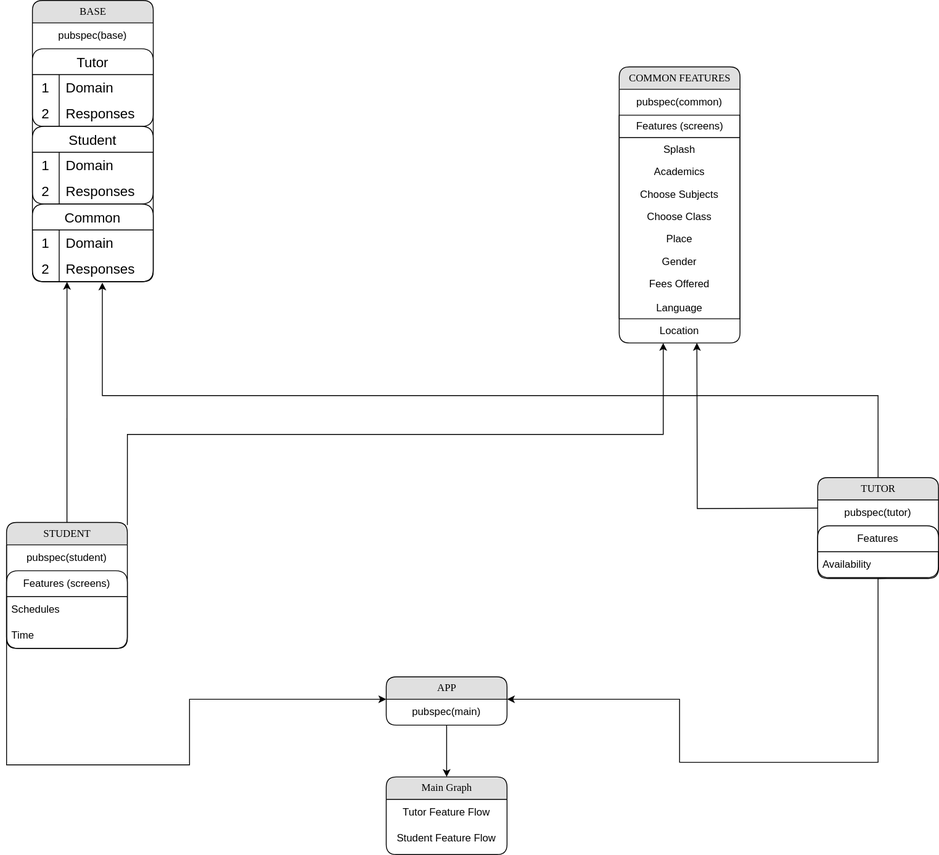
Earlier version of the draw.io export tutor_student_app_architechture.drawio.svg (rohit7823/web_socket_example). Source tidied: cells renumbered, new cells last; positions are measured from the earlier drawing's top-left corner, leaving out a move shared by most shapes.
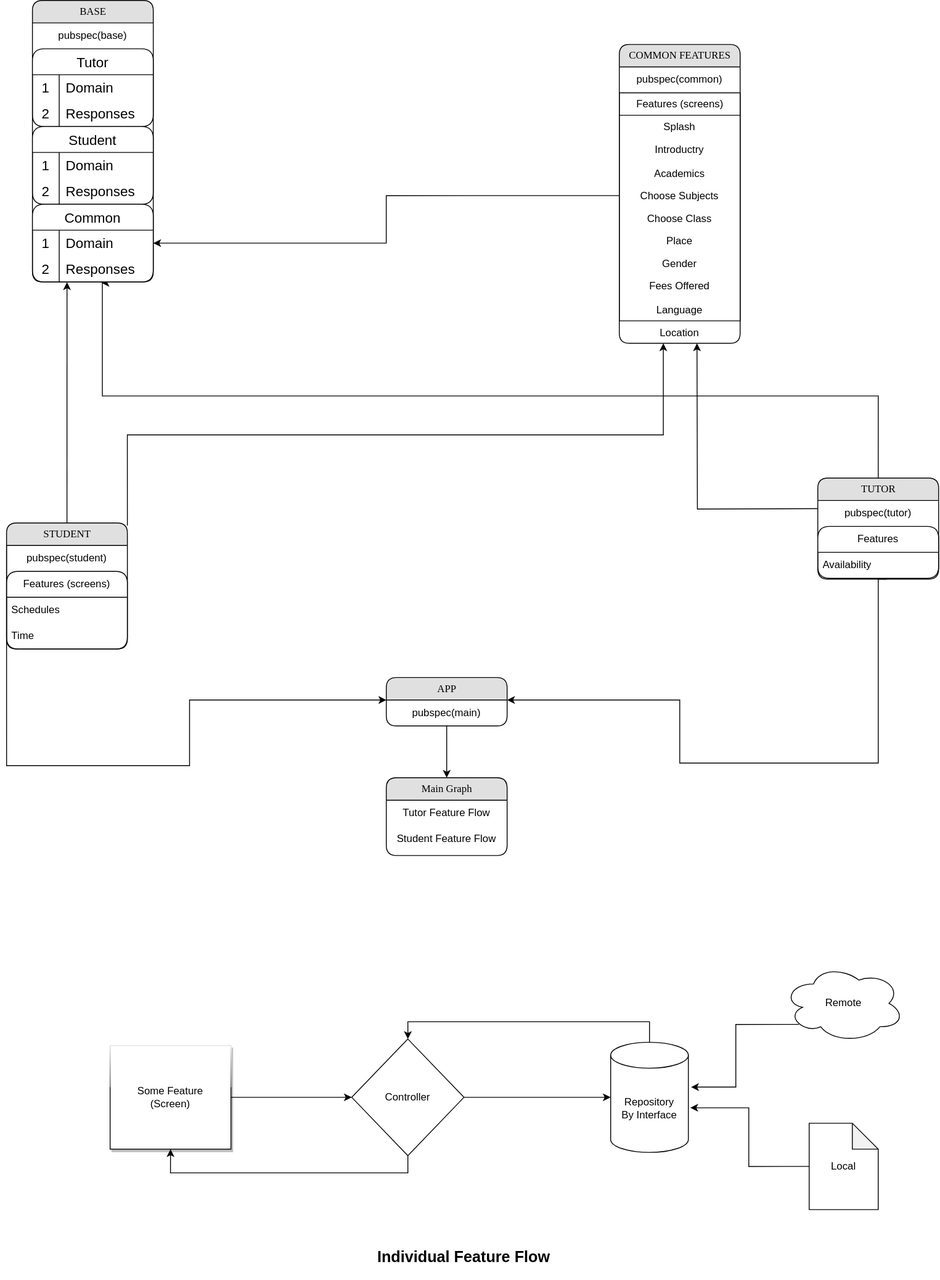
The same diagram one commit later.

What changed in the source:
```diff
@@ -36,40 +36,43 @@
       <mxGeometry y="60" width="140" height="30" as="geometry" />
     </mxCell>
     <mxCell id="13" value="COMMON FEATURES" style="swimlane;html=1;fontStyle=0;horizontal=1;startSize=26;fillColor=#e0e0e0;swimlaneFillColor=#ffffff;align=center;rounded=1;shadow=0;comic=0;labelBackgroundColor=none;strokeWidth=1;fontFamily=Verdana;fontSize=12;" parent="1" vertex="1">
-      <mxGeometry x="710" y="77" width="140" height="320" as="geometry" />
+      <mxGeometry x="710" y="51" width="140" height="346" as="geometry" />
     </mxCell>
     <mxCell id="14" value="pubspec(common)" style="text;html=1;strokeColor=none;fillColor=none;align=center;verticalAlign=middle;whiteSpace=wrap;rounded=0;" parent="13" vertex="1">
       <mxGeometry y="26" width="140" height="30" as="geometry" />
     </mxCell>
     <mxCell id="15" value="Features (screens)" style="swimlane;fontStyle=0;horizontal=1;startSize=26;fillColor=none;html=1;" parent="13" vertex="1">
-      <mxGeometry y="56" width="140" height="236" as="geometry" />
+      <mxGeometry y="56" width="140" height="264" as="geometry" />
     </mxCell>
     <mxCell id="16" value="Splash" style="text;strokeColor=none;fillColor=none;align=center;verticalAlign=top;spacingLeft=4;spacingRight=4;overflow=hidden;whiteSpace=wrap;html=1;" parent="15" vertex="1">
       <mxGeometry y="26" width="140" height="26" as="geometry" />
     </mxCell>
+    <mxCell id="58" value="Introductry&lt;br&gt;" style="text;strokeColor=none;fillColor=none;align=center;verticalAlign=top;spacingLeft=4;spacingRight=4;overflow=hidden;whiteSpace=wrap;html=1;" parent="15" vertex="1">
+      <mxGeometry y="52" width="140" height="28" as="geometry" />
+    </mxCell>
     <mxCell id="17" value="Academics" style="text;strokeColor=none;fillColor=none;align=center;verticalAlign=top;spacingLeft=4;spacingRight=4;overflow=hidden;whiteSpace=wrap;html=1;" parent="15" vertex="1">
-      <mxGeometry y="52" width="140" height="26" as="geometry" />
+      <mxGeometry y="80" width="140" height="26" as="geometry" />
     </mxCell>
     <mxCell id="18" value="Choose Subjects" style="text;strokeColor=none;fillColor=none;align=center;verticalAlign=top;spacingLeft=4;spacingRight=4;overflow=hidden;points=[[0,0.5],[1,0.5]];portConstraint=eastwest;whiteSpace=wrap;html=1;" parent="15" vertex="1">
-      <mxGeometry y="78" width="140" height="26" as="geometry" />
+      <mxGeometry y="106" width="140" height="26" as="geometry" />
     </mxCell>
     <mxCell id="19" value="Choose Class" style="text;strokeColor=none;fillColor=none;align=center;verticalAlign=top;spacingLeft=4;spacingRight=4;overflow=hidden;whiteSpace=wrap;html=1;" parent="15" vertex="1">
-      <mxGeometry y="104" width="140" height="26" as="geometry" />
+      <mxGeometry y="132" width="140" height="26" as="geometry" />
     </mxCell>
     <mxCell id="20" value="Place" style="text;strokeColor=none;fillColor=none;align=center;verticalAlign=top;spacingLeft=4;spacingRight=4;overflow=hidden;whiteSpace=wrap;html=1;" parent="15" vertex="1">
-      <mxGeometry y="130" width="140" height="26" as="geometry" />
+      <mxGeometry y="158" width="140" height="26" as="geometry" />
     </mxCell>
     <mxCell id="21" value="Gender" style="text;strokeColor=none;fillColor=none;align=center;verticalAlign=top;spacingLeft=4;spacingRight=4;overflow=hidden;whiteSpace=wrap;html=1;" parent="15" vertex="1">
-      <mxGeometry y="156" width="140" height="26" as="geometry" />
+      <mxGeometry y="184" width="140" height="26" as="geometry" />
     </mxCell>
     <mxCell id="22" value="Fees Offered" style="text;strokeColor=none;fillColor=none;align=center;verticalAlign=top;spacingLeft=4;spacingRight=4;overflow=hidden;whiteSpace=wrap;html=1;" parent="15" vertex="1">
-      <mxGeometry y="182" width="140" height="28" as="geometry" />
+      <mxGeometry y="210" width="140" height="28" as="geometry" />
     </mxCell>
     <mxCell id="23" value="Language" style="text;strokeColor=none;fillColor=none;align=center;verticalAlign=top;spacingLeft=4;spacingRight=4;overflow=hidden;whiteSpace=wrap;html=1;" parent="15" vertex="1">
-      <mxGeometry y="210" width="140" height="26" as="geometry" />
+      <mxGeometry y="238" width="140" height="26" as="geometry" />
     </mxCell>
     <mxCell id="24" value="Location" style="text;strokeColor=none;fillColor=none;align=center;verticalAlign=top;spacingLeft=4;spacingRight=4;overflow=hidden;whiteSpace=wrap;html=1;" parent="13" vertex="1">
-      <mxGeometry y="292" width="140" height="26" as="geometry" />
+      <mxGeometry y="320" width="140" height="26" as="geometry" />
     </mxCell>
     <mxCell id="25" style="edgeStyle=orthogonalEdgeStyle;rounded=0;orthogonalLoop=1;jettySize=auto;html=1;exitX=0.5;exitY=0;exitDx=0;exitDy=0;" parent="1" edge="1">
       <mxGeometry relative="1" as="geometry">
@@ -202,5 +205,44 @@
         <mxPoint x="800" y="397" as="targetPoint" />
       </mxGeometry>
     </mxCell>
+    <mxCell id="59" style="edgeStyle=orthogonalEdgeStyle;rounded=0;jettySize=auto;html=1;exitX=0;exitY=0.5;exitDx=0;exitDy=0;entryX=1;entryY=0.5;entryDx=0;entryDy=0;" parent="1" edge="1" source="18" target="47">
+      <mxGeometry relative="1" as="geometry" />
+    </mxCell>
+    <mxCell id="60" value="&lt;h2&gt;Individual Feature Flow&lt;/h2&gt;" style="text;html=1;strokeColor=none;fillColor=none;align=center;verticalAlign=middle;whiteSpace=wrap;rounded=0;" parent="1" vertex="1">
+      <mxGeometry x="350" y="1440" width="360" height="30" as="geometry" />
+    </mxCell>
+    <mxCell id="61" style="edgeStyle=orthogonalEdgeStyle;rounded=0;jettySize=auto;html=1;exitX=1;exitY=0.5;exitDx=0;exitDy=0;entryX=0;entryY=0.5;entryDx=0;entryDy=0;" parent="1" edge="1" source="62" target="64">
+      <mxGeometry relative="1" as="geometry" />
+    </mxCell>
+    <mxCell id="62" value="Some Feature&lt;br&gt;(Screen)" style="rounded=0;whiteSpace=wrap;html=1;glass=1;shadow=1;" parent="1" vertex="1">
+      <mxGeometry x="120" y="1210" width="140" height="120" as="geometry" />
+    </mxCell>
+    <mxCell id="63" style="edgeStyle=orthogonalEdgeStyle;rounded=0;jettySize=auto;html=1;exitX=0.5;exitY=1;exitDx=0;exitDy=0;entryX=0.5;entryY=1;entryDx=0;entryDy=0;" parent="1" edge="1" source="64" target="62">
+      <mxGeometry relative="1" as="geometry" />
+    </mxCell>
+    <mxCell id="64" value="Controller" style="rhombus;whiteSpace=wrap;html=1;shadow=0;" parent="1" vertex="1">
+      <mxGeometry x="400" y="1202.5" width="130" height="135" as="geometry" />
+    </mxCell>
+    <mxCell id="65" style="edgeStyle=orthogonalEdgeStyle;rounded=0;jettySize=auto;html=1;exitX=0.5;exitY=0;exitDx=0;exitDy=0;exitPerimeter=0;entryX=0.5;entryY=0;entryDx=0;entryDy=0;" parent="1" edge="1" source="66" target="64">
+      <mxGeometry relative="1" as="geometry" />
+    </mxCell>
+    <mxCell id="66" value="Repository&lt;br&gt;By Interface" style="shape=cylinder3;whiteSpace=wrap;html=1;boundedLbl=1;backgroundOutline=1;size=15;" parent="1" vertex="1">
+      <mxGeometry x="700" y="1206.2" width="90" height="127.5" as="geometry" />
+    </mxCell>
+    <mxCell id="67" value="Remote" style="ellipse;shape=cloud;whiteSpace=wrap;html=1;" parent="1" vertex="1">
+      <mxGeometry x="900" y="1116.2" width="140" height="90" as="geometry" />
+    </mxCell>
+    <mxCell id="68" value="Local" style="shape=note;whiteSpace=wrap;html=1;backgroundOutline=1;darkOpacity=0.05;" parent="1" vertex="1">
+      <mxGeometry x="930" y="1300" width="80" height="100" as="geometry" />
+    </mxCell>
+    <mxCell id="69" style="edgeStyle=orthogonalEdgeStyle;rounded=0;jettySize=auto;html=1;exitX=1;exitY=0.5;exitDx=0;exitDy=0;entryX=0;entryY=0.5;entryDx=0;entryDy=0;entryPerimeter=0;" parent="1" edge="1" source="64" target="66">
+      <mxGeometry relative="1" as="geometry" />
+    </mxCell>
+    <mxCell id="70" style="edgeStyle=orthogonalEdgeStyle;rounded=0;jettySize=auto;html=1;exitX=0;exitY=0.5;exitDx=0;exitDy=0;exitPerimeter=0;entryX=1.025;entryY=0.595;entryDx=0;entryDy=0;entryPerimeter=0;" parent="1" edge="1" source="68" target="66">
+      <mxGeometry relative="1" as="geometry" />
+    </mxCell>
+    <mxCell id="71" style="edgeStyle=orthogonalEdgeStyle;rounded=0;jettySize=auto;html=1;exitX=0.13;exitY=0.77;exitDx=0;exitDy=0;exitPerimeter=0;entryX=1.035;entryY=0.407;entryDx=0;entryDy=0;entryPerimeter=0;" parent="1" edge="1" source="67" target="66">
+      <mxGeometry relative="1" as="geometry" />
+    </mxCell>
   </root>
 </mxGraphModel>
```
